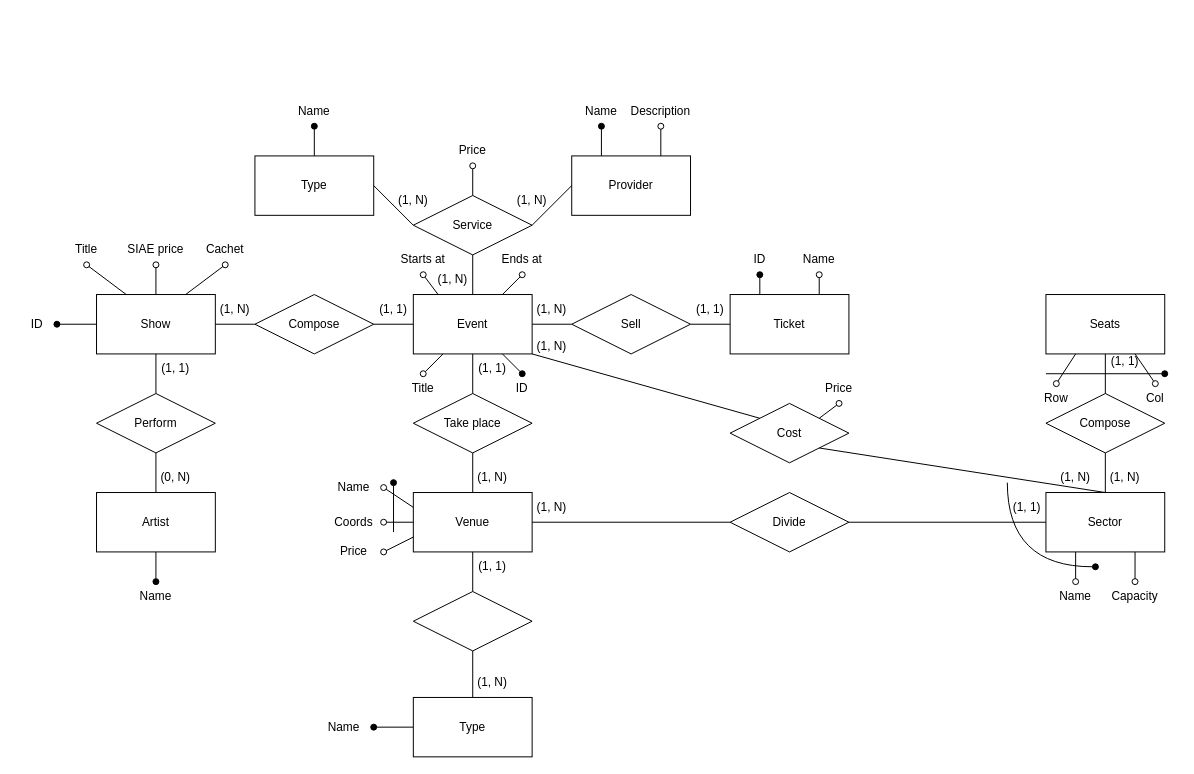
lucat1/unibo_90107_progetto keeps this draw.io diagram as ERBiglietto.drawio. Above is the earlier version. Source tidied: cells renumbered, new cells numbered last; positions are measured from the earlier drawing's top-left corner, leaving out a move shared by most shapes. Both pictures are drawn from the tidied source at 99%, with x=0, y=0 at pixel (17, 96).
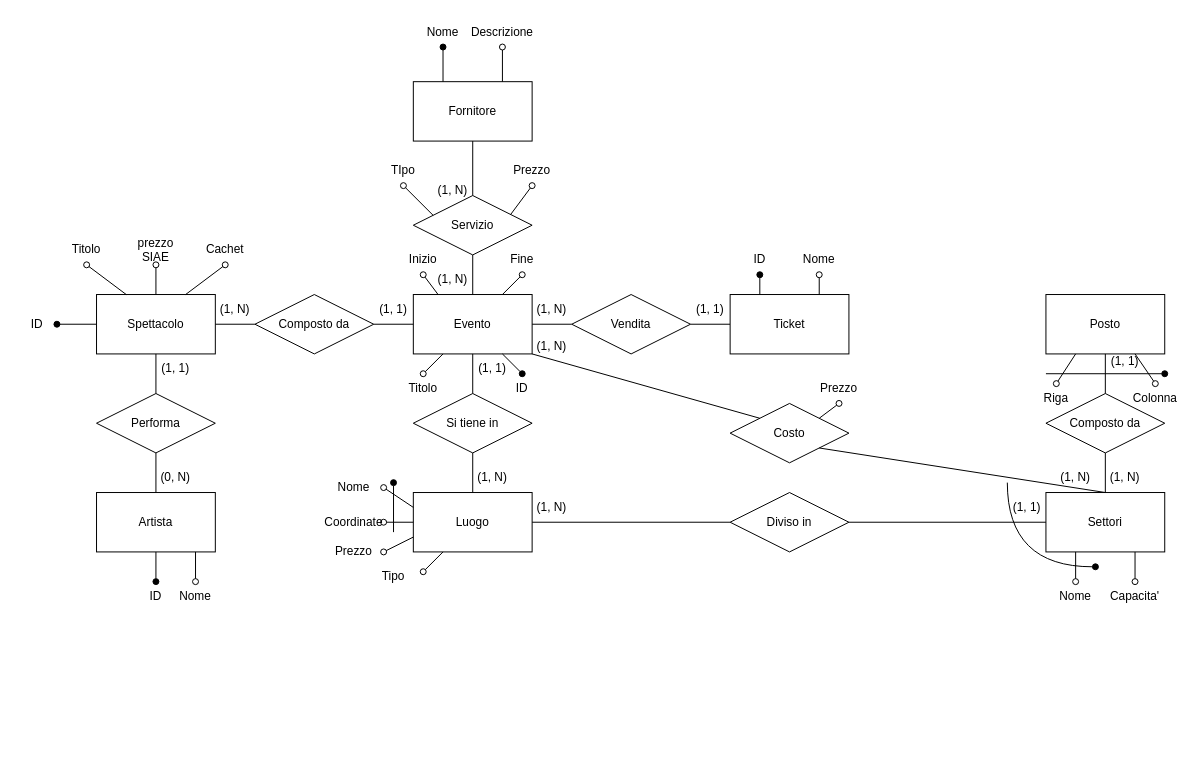
The same diagram, later.

Unchanged cells that the change refers to:
```xml
<mxCell id="107" value="&lt;div&gt;Ticket&lt;/div&gt;" style="rounded=0;whiteSpace=wrap;html=1;" parent="1" vertex="1">
  <mxGeometry x="720" y="200" width="120" height="60" as="geometry" />
</mxCell>
```

Change to the diagram source:
```diff
@@
-    <mxCell id="2" value="Event" style="rounded=0;whiteSpace=wrap;html=1;" parent="1" vertex="1">
+    <mxCell id="2" value="Evento" style="rounded=0;whiteSpace=wrap;html=1;" parent="1" vertex="1">
       <mxGeometry x="400" y="200" width="120" height="60" as="geometry" />
     </mxCell>
-    <mxCell id="3" value="&lt;div&gt;Show&lt;/div&gt;" style="rounded=0;whiteSpace=wrap;html=1;" parent="1" vertex="1">
+    <mxCell id="3" value="&lt;div&gt;Spettacolo&lt;/div&gt;" style="rounded=0;whiteSpace=wrap;html=1;" parent="1" vertex="1">
       <mxGeometry x="80" y="200" width="120" height="60" as="geometry" />
     </mxCell>
-    <mxCell id="4" value="&lt;div&gt;Artist&lt;/div&gt;" style="rounded=0;whiteSpace=wrap;html=1;" parent="1" vertex="1">
+    <mxCell id="4" value="&lt;div&gt;Artista&lt;/div&gt;" style="rounded=0;whiteSpace=wrap;html=1;" parent="1" vertex="1">
       <mxGeometry x="80" y="400" width="120" height="60" as="geometry" />
     </mxCell>
-    <mxCell id="5" value="Compose" style="rhombus;whiteSpace=wrap;html=1;" parent="1" vertex="1">
+    <mxCell id="5" value="Composto da" style="rhombus;whiteSpace=wrap;html=1;" parent="1" vertex="1">
       <mxGeometry x="240" y="200" width="120" height="60" as="geometry" />
     </mxCell>
-    <mxCell id="6" value="Perform" style="rhombus;whiteSpace=wrap;html=1;" parent="1" vertex="1">
+    <mxCell id="6" value="Performa" style="rhombus;whiteSpace=wrap;html=1;" parent="1" vertex="1">
       <mxGeometry x="80" y="300" width="120" height="60" as="geometry" />
     </mxCell>
@@
-    <mxCell id="13" value="Title" style="text;html=1;strokeColor=none;fillColor=none;align=center;verticalAlign=middle;whiteSpace=wrap;rounded=0;" parent="1" vertex="1">
+    <mxCell id="13" value="Titolo" style="text;html=1;strokeColor=none;fillColor=none;align=center;verticalAlign=middle;whiteSpace=wrap;rounded=0;" parent="1" vertex="1">
       <mxGeometry x="40" y="140" width="60" height="30" as="geometry" />
     </mxCell>
@@
-    <mxCell id="15" value="SIAE price" style="text;html=1;strokeColor=none;fillColor=none;align=center;verticalAlign=middle;whiteSpace=wrap;rounded=0;" parent="1" vertex="1">
+    <mxCell id="15" value="prezzo SIAE" style="text;html=1;strokeColor=none;fillColor=none;align=center;verticalAlign=middle;whiteSpace=wrap;rounded=0;" parent="1" vertex="1">
       <mxGeometry x="110" y="140" width="60" height="30" as="geometry" />
     </mxCell>
@@
-    <mxCell id="19" value="Name" style="text;html=1;strokeColor=none;fillColor=none;align=center;verticalAlign=middle;whiteSpace=wrap;rounded=0;" parent="1" vertex="1">
+    <mxCell id="19" value="ID" style="text;html=1;strokeColor=none;fillColor=none;align=center;verticalAlign=middle;whiteSpace=wrap;rounded=0;" parent="1" vertex="1">
       <mxGeometry x="110" y="490" width="60" height="30" as="geometry" />
     </mxCell>
@@
-    <mxCell id="23" value="Title" style="text;html=1;strokeColor=none;fillColor=none;align=center;verticalAlign=middle;whiteSpace=wrap;rounded=0;" parent="1" vertex="1">
+    <mxCell id="23" value="Titolo" style="text;html=1;strokeColor=none;fillColor=none;align=center;verticalAlign=middle;whiteSpace=wrap;rounded=0;" parent="1" vertex="1">
       <mxGeometry x="380" y="280" width="60" height="30" as="geometry" />
     </mxCell>
-    <mxCell id="24" value="&lt;div&gt;Starts at&lt;/div&gt;" style="text;html=1;strokeColor=none;fillColor=none;align=center;verticalAlign=middle;whiteSpace=wrap;rounded=0;" parent="1" vertex="1">
+    <mxCell id="24" value="&lt;div&gt;Inizio&lt;/div&gt;" style="text;html=1;strokeColor=none;fillColor=none;align=center;verticalAlign=middle;whiteSpace=wrap;rounded=0;" parent="1" vertex="1">
       <mxGeometry x="380" y="150" width="60" height="30" as="geometry" />
     </mxCell>
-    <mxCell id="25" value="Ends at" style="text;html=1;strokeColor=none;fillColor=none;align=center;verticalAlign=middle;whiteSpace=wrap;rounded=0;" parent="1" vertex="1">
+    <mxCell id="25" value="Fine" style="text;html=1;strokeColor=none;fillColor=none;align=center;verticalAlign=middle;whiteSpace=wrap;rounded=0;" parent="1" vertex="1">
       <mxGeometry x="480" y="150" width="60" height="30" as="geometry" />
     </mxCell>
@@
-    <mxCell id="29" value="Sell" style="rhombus;whiteSpace=wrap;html=1;" parent="1" vertex="1">
+    <mxCell id="29" value="Vendita" style="rhombus;whiteSpace=wrap;html=1;" parent="1" vertex="1">
       <mxGeometry x="560" y="200" width="120" height="60" as="geometry" />
     </mxCell>
-    <mxCell id="30" value="Seats" style="rounded=0;whiteSpace=wrap;html=1;" parent="1" vertex="1">
+    <mxCell id="30" value="Posto" style="rounded=0;whiteSpace=wrap;html=1;" parent="1" vertex="1">
       <mxGeometry x="1039" y="200" width="120" height="60" as="geometry" />
     </mxCell>
@@
-    <mxCell id="37" value="Row" style="text;html=1;strokeColor=none;fillColor=none;align=center;verticalAlign=middle;whiteSpace=wrap;rounded=0;" parent="1" vertex="1">
+    <mxCell id="37" value="Riga" style="text;html=1;strokeColor=none;fillColor=none;align=center;verticalAlign=middle;whiteSpace=wrap;rounded=0;" parent="1" vertex="1">
       <mxGeometry x="1030" y="290" width="39" height="30" as="geometry" />
     </mxCell>
-    <mxCell id="38" value="&lt;div&gt;Col&lt;/div&gt;" style="text;html=1;strokeColor=none;fillColor=none;align=center;verticalAlign=middle;whiteSpace=wrap;rounded=0;" parent="1" vertex="1">
+    <mxCell id="38" value="&lt;div&gt;Colonna&lt;/div&gt;" style="text;html=1;strokeColor=none;fillColor=none;align=center;verticalAlign=middle;whiteSpace=wrap;rounded=0;" parent="1" vertex="1">
       <mxGeometry x="1130" y="290" width="39" height="30" as="geometry" />
     </mxCell>
@@
-    <mxCell id="42" value="Provider" style="rounded=0;whiteSpace=wrap;html=1;" parent="1" vertex="1">
-      <mxGeometry x="560" y="60" width="120" height="60" as="geometry" />
+    <mxCell id="42" value="Fornitore" style="rounded=0;whiteSpace=wrap;html=1;" parent="1" vertex="1">
+      <mxGeometry x="400" y="-15" width="120" height="60" as="geometry" />
     </mxCell>
-    <mxCell id="43" value="Service" style="rhombus;whiteSpace=wrap;html=1;" parent="1" vertex="1">
+    <mxCell id="43" value="Servizio" style="rhombus;whiteSpace=wrap;html=1;" parent="1" vertex="1">
       <mxGeometry x="400" y="100" width="120" height="60" as="geometry" />
     </mxCell>
@@
-    <mxCell id="45" style="endArrow=none;html=1;rounded=0;entryX=1;entryY=0.5;entryDx=0;entryDy=0;exitX=0;exitY=0.5;exitDx=0;exitDy=0;" parent="1" edge="1" source="42" target="43">
+    <mxCell id="45" style="endArrow=none;html=1;rounded=0;entryX=0.5;entryY=0;entryDx=0;entryDy=0;exitX=0.5;exitY=1;exitDx=0;exitDy=0;" parent="1" edge="1" source="42" target="43">
       <mxGeometry relative="1" as="geometry" />
     </mxCell>
@@
-    <mxCell id="48" value="Venue" style="rounded=0;whiteSpace=wrap;html=1;" parent="1" vertex="1">
+    <mxCell id="48" value="Luogo" style="rounded=0;whiteSpace=wrap;html=1;" parent="1" vertex="1">
       <mxGeometry x="400" y="400" width="120" height="60" as="geometry" />
     </mxCell>
-    <mxCell id="49" value="Take place" style="rhombus;whiteSpace=wrap;html=1;" parent="1" vertex="1">
+    <mxCell id="49" value="Si tiene in" style="rhombus;whiteSpace=wrap;html=1;" parent="1" vertex="1">
       <mxGeometry x="400" y="300" width="120" height="60" as="geometry" />
     </mxCell>
@@
-    <mxCell id="52" value="Type" style="rounded=0;whiteSpace=wrap;html=1;" parent="1" vertex="1">
-      <mxGeometry x="400" y="607" width="120" height="60" as="geometry" />
-    </mxCell>
-    <mxCell id="53" style="rhombus;whiteSpace=wrap;html=1;" parent="1" vertex="1">
-      <mxGeometry x="400" y="500" width="120" height="60" as="geometry" />
-    </mxCell>
-    <mxCell id="54" style="endArrow=none;html=1;rounded=0;entryX=0.5;entryY=1;entryDx=0;entryDy=0;exitX=0.5;exitY=0;exitDx=0;exitDy=0;" parent="1" edge="1" source="53" target="48">
-      <mxGeometry relative="1" as="geometry" />
-    </mxCell>
-    <mxCell id="55" style="endArrow=none;html=1;rounded=0;exitX=0.5;exitY=0;exitDx=0;exitDy=0;entryX=0.5;entryY=1;entryDx=0;entryDy=0;" parent="1" edge="1" source="52" target="53">
-      <mxGeometry relative="1" as="geometry" />
-    </mxCell>
-    <mxCell id="56" value="&lt;div&gt;(1, 1)&lt;/div&gt;" style="text;html=1;strokeColor=none;fillColor=none;align=center;verticalAlign=middle;whiteSpace=wrap;rounded=0;" parent="1" vertex="1">
-      <mxGeometry x="450" y="460" width="60" height="30" as="geometry" />
-    </mxCell>
@@
-    <mxCell id="59" value="&lt;div&gt;(1, N)&lt;/div&gt;" style="text;html=1;strokeColor=none;fillColor=none;align=center;verticalAlign=middle;whiteSpace=wrap;rounded=0;" parent="1" vertex="1">
-      <mxGeometry x="450" y="577" width="60" height="30" as="geometry" />
-    </mxCell>
-    <mxCell id="60" value="Sector" style="rounded=0;whiteSpace=wrap;html=1;" parent="1" vertex="1">
+    <mxCell id="60" value="Settori" style="rounded=0;whiteSpace=wrap;html=1;" parent="1" vertex="1">
       <mxGeometry x="1039" y="400" width="120" height="60" as="geometry" />
     </mxCell>
-    <mxCell id="61" value="Divide" style="rhombus;whiteSpace=wrap;html=1;" parent="1" vertex="1">
+    <mxCell id="61" value="Diviso in" style="rhombus;whiteSpace=wrap;html=1;" parent="1" vertex="1">
       <mxGeometry x="720" y="400" width="120" height="60" as="geometry" />
     </mxCell>
@@
-    <mxCell id="66" value="Cost" style="rhombus;whiteSpace=wrap;html=1;" parent="1" vertex="1">
+    <mxCell id="66" value="Costo" style="rhombus;whiteSpace=wrap;html=1;" parent="1" vertex="1">
       <mxGeometry x="720" y="310" width="120" height="60" as="geometry" />
     </mxCell>
@@
-    <mxCell id="69" value="Price" style="text;html=1;strokeColor=none;fillColor=none;align=center;verticalAlign=middle;whiteSpace=wrap;rounded=0;" parent="1" vertex="1">
+    <mxCell id="69" value="Prezzo" style="text;html=1;strokeColor=none;fillColor=none;align=center;verticalAlign=middle;whiteSpace=wrap;rounded=0;" parent="1" vertex="1">
       <mxGeometry x="800" y="280" width="60" height="30" as="geometry" />
     </mxCell>
@@
-    <mxCell id="73" value="Compose" style="rhombus;whiteSpace=wrap;html=1;" parent="1" vertex="1">
+    <mxCell id="73" value="Composto da" style="rhombus;whiteSpace=wrap;html=1;" parent="1" vertex="1">
       <mxGeometry x="1039" y="300" width="120" height="60" as="geometry" />
     </mxCell>
@@
-    <mxCell id="80" value="Name" style="text;html=1;strokeColor=none;fillColor=none;align=center;verticalAlign=middle;whiteSpace=wrap;rounded=0;" parent="1" vertex="1">
+    <mxCell id="80" value="Nome" style="text;html=1;strokeColor=none;fillColor=none;align=center;verticalAlign=middle;whiteSpace=wrap;rounded=0;" parent="1" vertex="1">
       <mxGeometry x="310" y="380" width="60" height="30" as="geometry" />
     </mxCell>
-    <mxCell id="81" value="Coords" style="text;html=1;strokeColor=none;fillColor=none;align=center;verticalAlign=middle;whiteSpace=wrap;rounded=0;" parent="1" vertex="1">
+    <mxCell id="81" value="Coordinate" style="text;html=1;strokeColor=none;fillColor=none;align=center;verticalAlign=middle;whiteSpace=wrap;rounded=0;" parent="1" vertex="1">
       <mxGeometry x="310" y="415" width="60" height="30" as="geometry" />
     </mxCell>
-    <mxCell id="82" value="Price" style="text;html=1;strokeColor=none;fillColor=none;align=center;verticalAlign=middle;whiteSpace=wrap;rounded=0;" parent="1" vertex="1">
+    <mxCell id="82" value="Prezzo" style="text;html=1;strokeColor=none;fillColor=none;align=center;verticalAlign=middle;whiteSpace=wrap;rounded=0;" parent="1" vertex="1">
       <mxGeometry x="310" y="445" width="60" height="30" as="geometry" />
     </mxCell>
@@
-    <mxCell id="87" value="Name" style="text;html=1;strokeColor=none;fillColor=none;align=center;verticalAlign=middle;whiteSpace=wrap;rounded=0;" parent="1" vertex="1">
+    <mxCell id="87" value="Nome" style="text;html=1;strokeColor=none;fillColor=none;align=center;verticalAlign=middle;whiteSpace=wrap;rounded=0;" parent="1" vertex="1">
       <mxGeometry x="1039" y="490" width="60" height="30" as="geometry" />
     </mxCell>
-    <mxCell id="88" value="Capacity" style="text;html=1;strokeColor=none;fillColor=none;align=center;verticalAlign=middle;whiteSpace=wrap;rounded=0;" parent="1" vertex="1">
+    <mxCell id="88" value="Capacita'" style="text;html=1;strokeColor=none;fillColor=none;align=center;verticalAlign=middle;whiteSpace=wrap;rounded=0;" parent="1" vertex="1">
       <mxGeometry x="1099" y="490" width="60" height="30" as="geometry" />
     </mxCell>
@@
-    <mxCell id="94" value="Name" style="text;html=1;strokeColor=none;fillColor=none;align=center;verticalAlign=middle;whiteSpace=wrap;rounded=0;" parent="1" vertex="1">
-      <mxGeometry x="300" y="622" width="60" height="30" as="geometry" />
-    </mxCell>
-    <mxCell id="95" style="endArrow=oval;html=1;rounded=0;exitX=0;exitY=0.5;exitDx=0;exitDy=0;entryX=1;entryY=0.5;entryDx=0;entryDy=0;endFill=1;" parent="1" edge="1" source="52" target="94">
-      <mxGeometry relative="1" as="geometry" />
-    </mxCell>
-    <mxCell id="96" value="Type" style="rounded=0;whiteSpace=wrap;html=1;" parent="1" vertex="1">
-      <mxGeometry x="240" y="60" width="120" height="60" as="geometry" />
-    </mxCell>
-    <mxCell id="97" style="endArrow=none;html=1;rounded=0;exitX=1;exitY=0.5;exitDx=0;exitDy=0;entryX=0;entryY=0.5;entryDx=0;entryDy=0;" parent="1" edge="1" source="96" target="43">
-      <mxGeometry relative="1" as="geometry" />
-    </mxCell>
-    <mxCell id="98" value="Name" style="text;html=1;strokeColor=none;fillColor=none;align=center;verticalAlign=middle;whiteSpace=wrap;rounded=0;" parent="1" vertex="1">
-      <mxGeometry x="270" width="60" height="30" as="geometry" />
-    </mxCell>
-    <mxCell id="99" style="endArrow=oval;html=1;rounded=0;exitX=0.5;exitY=0;exitDx=0;exitDy=0;entryX=0.5;entryY=1;entryDx=0;entryDy=0;endFill=1;" parent="1" edge="1" source="96" target="98">
-      <mxGeometry relative="1" as="geometry" />
-    </mxCell>
-    <mxCell id="100" value="Description" style="text;html=1;strokeColor=none;fillColor=none;align=center;verticalAlign=middle;whiteSpace=wrap;rounded=0;" parent="1" vertex="1">
-      <mxGeometry x="620" width="60" height="30" as="geometry" />
+    <mxCell id="100" value="Descrizione" style="text;html=1;strokeColor=none;fillColor=none;align=center;verticalAlign=middle;whiteSpace=wrap;rounded=0;" parent="1" vertex="1">
+      <mxGeometry x="460" y="-80" width="60" height="30" as="geometry" />
     </mxCell>
@@
-    <mxCell id="102" value="Name" style="text;html=1;strokeColor=none;fillColor=none;align=center;verticalAlign=middle;whiteSpace=wrap;rounded=0;" parent="1" vertex="1">
-      <mxGeometry x="560" width="60" height="30" as="geometry" />
+    <mxCell id="102" value="Nome" style="text;html=1;strokeColor=none;fillColor=none;align=center;verticalAlign=middle;whiteSpace=wrap;rounded=0;" parent="1" vertex="1">
+      <mxGeometry x="400" y="-80" width="60" height="30" as="geometry" />
     </mxCell>
-    <mxCell id="103" value="Price" style="text;html=1;strokeColor=none;fillColor=none;align=center;verticalAlign=middle;whiteSpace=wrap;rounded=0;" parent="1" vertex="1">
-      <mxGeometry x="430" y="40" width="60" height="30" as="geometry" />
+    <mxCell id="103" value="Prezzo" style="text;html=1;strokeColor=none;fillColor=none;align=center;verticalAlign=middle;whiteSpace=wrap;rounded=0;" parent="1" vertex="1">
+      <mxGeometry x="490" y="60" width="60" height="30" as="geometry" />
     </mxCell>
-    <mxCell id="104" style="endArrow=oval;html=1;rounded=0;exitX=0.5;exitY=0;exitDx=0;exitDy=0;entryX=0.5;entryY=1;entryDx=0;entryDy=0;endFill=0;" parent="1" edge="1" source="43" target="103">
+    <mxCell id="104" style="endArrow=oval;html=1;rounded=0;exitX=0.819;exitY=0.32;exitDx=0;exitDy=0;entryX=0.5;entryY=1;entryDx=0;entryDy=0;endFill=0;exitPerimeter=0;" parent="1" edge="1" source="43" target="103">
       <mxGeometry relative="1" as="geometry" />
     </mxCell>
-    <mxCell id="105" value="(1, N)" style="text;html=1;strokeColor=none;fillColor=none;align=center;verticalAlign=middle;whiteSpace=wrap;rounded=0;" parent="1" vertex="1">
-      <mxGeometry x="370" y="90" width="60" height="30" as="geometry" />
-    </mxCell>
     <mxCell id="106" value="(1, N)" style="text;html=1;strokeColor=none;fillColor=none;align=center;verticalAlign=middle;whiteSpace=wrap;rounded=0;" parent="1" vertex="1">
-      <mxGeometry x="490" y="90" width="60" height="30" as="geometry" />
+      <mxGeometry x="410" y="80" width="60" height="30" as="geometry" />
     </mxCell>
@@
-    <mxCell id="108" value="Name" style="text;html=1;strokeColor=none;fillColor=none;align=center;verticalAlign=middle;whiteSpace=wrap;rounded=0;" parent="1" vertex="1">
+    <mxCell id="108" value="Nome" style="text;html=1;strokeColor=none;fillColor=none;align=center;verticalAlign=middle;whiteSpace=wrap;rounded=0;" parent="1" vertex="1">
       <mxGeometry x="780" y="150" width="60" height="30" as="geometry" />
     </mxCell>
+    <mxCell id="110" style="endArrow=oval;html=1;rounded=0;endFill=0;exitX=0.25;exitY=1;exitDx=0;exitDy=0;" parent="1" edge="1" source="48">
+      <mxGeometry relative="1" as="geometry">
+        <mxPoint x="410" y="480" as="targetPoint" />
+      </mxGeometry>
+    </mxCell>
+    <mxCell id="111" value="Tipo" style="text;html=1;strokeColor=none;fillColor=none;align=center;verticalAlign=middle;whiteSpace=wrap;rounded=0;" parent="1" vertex="1">
+      <mxGeometry x="350" y="470" width="60" height="30" as="geometry" />
+    </mxCell>
+    <mxCell id="112" value="TIpo" style="text;html=1;strokeColor=none;fillColor=none;align=center;verticalAlign=middle;whiteSpace=wrap;rounded=0;" parent="1" vertex="1">
+      <mxGeometry x="360" y="60" width="60" height="30" as="geometry" />
+    </mxCell>
+    <mxCell id="113" style="endArrow=oval;html=1;rounded=0;exitX=0.5;exitY=0;exitDx=0;exitDy=0;entryX=0.5;entryY=1;entryDx=0;entryDy=0;endFill=0;" parent="1" edge="1" target="112">
+      <mxGeometry relative="1" as="geometry">
+        <mxPoint x="420" y="120" as="sourcePoint" />
+      </mxGeometry>
+    </mxCell>
+    <mxCell id="114" value="Nome" style="text;html=1;strokeColor=none;fillColor=none;align=center;verticalAlign=middle;whiteSpace=wrap;rounded=0;" parent="1" vertex="1">
+      <mxGeometry x="150" y="490" width="60" height="30" as="geometry" />
+    </mxCell>
+    <mxCell id="115" style="endArrow=oval;html=1;rounded=0;exitX=0.5;exitY=1;exitDx=0;exitDy=0;entryX=0.5;entryY=0;entryDx=0;entryDy=0;endFill=0;" parent="1" edge="1" target="114">
+      <mxGeometry relative="1" as="geometry">
+        <mxPoint x="180" y="460" as="sourcePoint" />
+      </mxGeometry>
+    </mxCell>
-    <mxCell id="109" style="endArrow=oval;html=1;rounded=0;exitX=0.75;exitY=0;exitDx=0;exitDy=0;endFill=0;entryX=0.5;entryY=1;entryDx=0;entryDy=0;" parent="1" edge="1" source="107" target="108">
+    <mxCell id="109" style="endArrow=oval;html=1;rounded=0;exitX=0.75;exitY=0;exitDx=0;exitDy=0;entryX=0.5;entryY=1;entryDx=0;entryDy=0;endFill=0;" parent="1" edge="1" source="107" target="108">
       <mxGeometry relative="1" as="geometry" />
     </mxCell>
```
